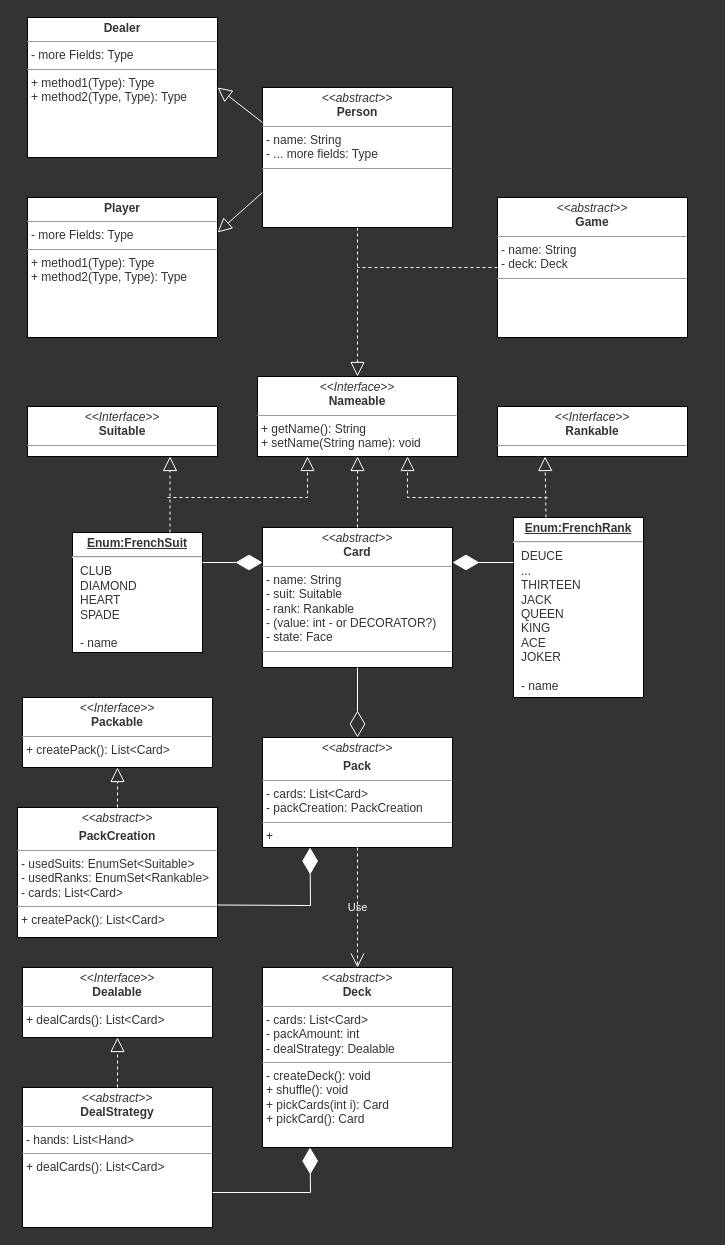
Earlier version of the draw.io diagram uml-models/abstraction.drawio (iham/cardgameapp). Source tidied: cells renumbered, new cells numbered last; positions are measured from the earlier drawing's top-left corner, leaving out a move shared by most shapes. Both pictures are drawn from the tidied source at 100%, with x=0, y=0 at pixel (17, 17).
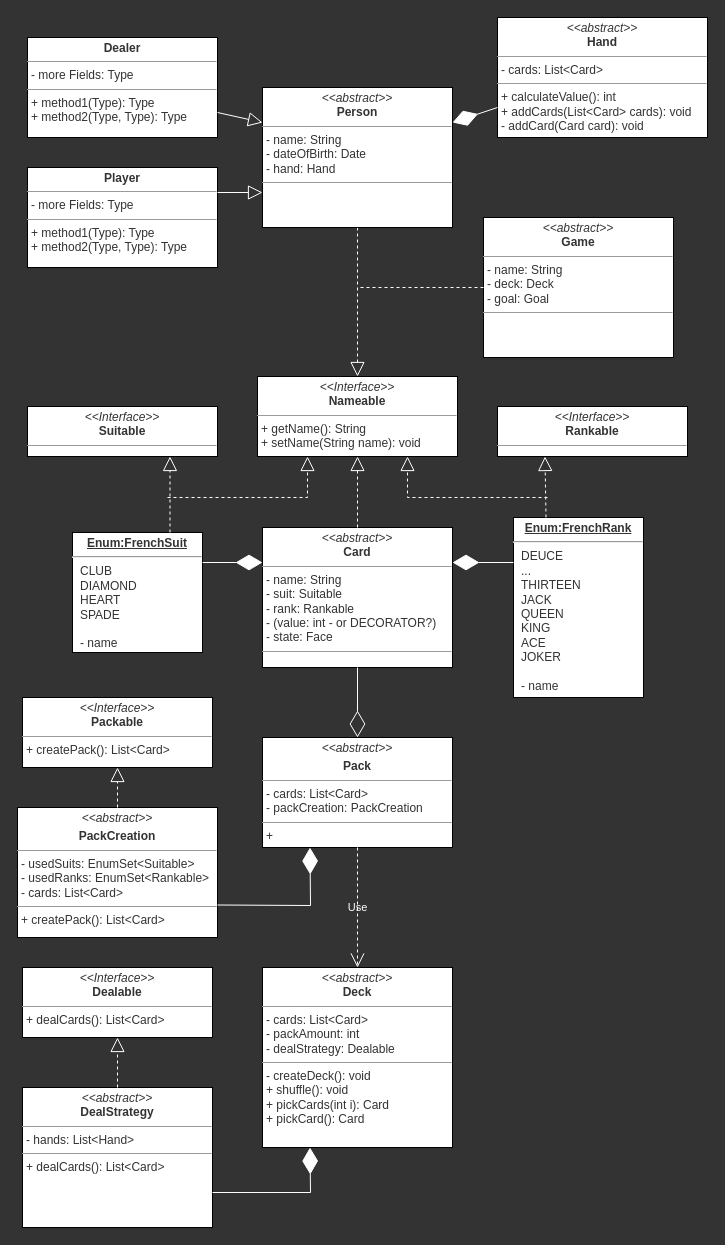
The same page after the edit.

Diff of the diagram source:
```diff
@@
-    <mxCell id="12" value="&lt;p style=&quot;margin: 0px ; margin-top: 4px ; text-align: center&quot;&gt;&lt;i&gt;&amp;lt;&amp;lt;abstract&amp;gt;&amp;gt;&lt;/i&gt;&lt;br&gt;&lt;b&gt;Person&lt;/b&gt;&lt;/p&gt;&lt;hr size=&quot;1&quot;&gt;&lt;p style=&quot;margin: 0px ; margin-left: 4px&quot;&gt;- name: String&lt;br&gt;- ... more fields: Type&lt;/p&gt;&lt;hr size=&quot;1&quot;&gt;&lt;p style=&quot;margin: 0px ; margin-left: 4px&quot;&gt;&lt;br&gt;&lt;/p&gt;" style="verticalAlign=top;align=left;overflow=fill;fontSize=12;fontFamily=Helvetica;html=1;fontColor=#333333;fillColor=#FFFFFF;" parent="1" vertex="1">
+    <mxCell id="12" value="&lt;p style=&quot;margin: 0px ; margin-top: 4px ; text-align: center&quot;&gt;&lt;i&gt;&amp;lt;&amp;lt;abstract&amp;gt;&amp;gt;&lt;/i&gt;&lt;br&gt;&lt;b&gt;Person&lt;/b&gt;&lt;/p&gt;&lt;hr size=&quot;1&quot;&gt;&lt;p style=&quot;margin: 0px ; margin-left: 4px&quot;&gt;- name: String&lt;/p&gt;&lt;p style=&quot;margin: 0px ; margin-left: 4px&quot;&gt;- dateOfBirth: Date&lt;br&gt;- hand: Hand&lt;/p&gt;&lt;hr size=&quot;1&quot;&gt;&lt;p style=&quot;margin: 0px ; margin-left: 4px&quot;&gt;&lt;br&gt;&lt;/p&gt;" style="verticalAlign=top;align=left;overflow=fill;fontSize=12;fontFamily=Helvetica;html=1;fontColor=#333333;fillColor=#FFFFFF;" parent="1" vertex="1">
       <mxGeometry x="245" y="70" width="190" height="140" as="geometry" />
     </mxCell>
     <mxCell id="13" value="&lt;p style=&quot;margin: 0px ; margin-top: 4px ; text-align: center&quot;&gt;&lt;b&gt;Player&lt;/b&gt;&lt;/p&gt;&lt;hr size=&quot;1&quot;&gt;&lt;p style=&quot;margin: 0px ; margin-left: 4px&quot;&gt;- more Fields: Type&lt;/p&gt;&lt;hr size=&quot;1&quot;&gt;&lt;p style=&quot;margin: 0px ; margin-left: 4px&quot;&gt;+ method1(Type): Type&lt;br&gt;+ method2(Type, Type): Type&lt;/p&gt;" style="verticalAlign=top;align=left;overflow=fill;fontSize=12;fontFamily=Helvetica;html=1;fontColor=#333333;fillColor=#FFFFFF;" parent="1" vertex="1">
-      <mxGeometry x="10" y="180" width="190" height="140" as="geometry" />
+      <mxGeometry x="10" y="150" width="190" height="100" as="geometry" />
     </mxCell>
     <mxCell id="14" value="&lt;p style=&quot;margin: 0px ; margin-top: 4px ; text-align: center&quot;&gt;&lt;b&gt;Dealer&lt;/b&gt;&lt;/p&gt;&lt;hr size=&quot;1&quot;&gt;&lt;p style=&quot;margin: 0px ; margin-left: 4px&quot;&gt;- more Fields: Type&lt;/p&gt;&lt;hr size=&quot;1&quot;&gt;&lt;p style=&quot;margin: 0px ; margin-left: 4px&quot;&gt;+ method1(Type): Type&lt;br&gt;+ method2(Type, Type): Type&lt;/p&gt;" style="verticalAlign=top;align=left;overflow=fill;fontSize=12;fontFamily=Helvetica;html=1;fontColor=#333333;fillColor=#FFFFFF;" parent="1" vertex="1">
-      <mxGeometry x="10" width="190" height="140" as="geometry" />
+      <mxGeometry x="10" y="20" width="190" height="100" as="geometry" />
     </mxCell>
-    <mxCell id="15" style="endArrow=block;endFill=0;endSize=12;html=1;rounded=0;fontColor=#333333;entryX=1;entryY=0.25;entryDx=0;entryDy=0;exitX=0;exitY=0.75;exitDx=0;exitDy=0;fillColor=#f5f5f5;strokeColor=#FFFFFF;" parent="1" edge="1" source="12" target="13">
+    <mxCell id="15" style="endArrow=block;endFill=0;endSize=12;html=1;rounded=0;fontColor=#333333;exitX=1;exitY=0.25;exitDx=0;exitDy=0;fillColor=#f5f5f5;strokeColor=#FFFFFF;entryX=0;entryY=0.75;entryDx=0;entryDy=0;" parent="1" edge="1" source="13" target="12">
       <mxGeometry relative="1" as="geometry" />
     </mxCell>
-    <mxCell id="16" style="endArrow=block;endFill=0;endSize=12;html=1;rounded=0;fontColor=#333333;entryX=1;entryY=0.5;entryDx=0;entryDy=0;exitX=0;exitY=0.25;exitDx=0;exitDy=0;fillColor=#f5f5f5;strokeColor=#FFFFFF;" parent="1" edge="1" source="12" target="14">
+    <mxCell id="16" style="endArrow=block;endFill=0;endSize=12;html=1;rounded=0;fontColor=#333333;exitX=1;exitY=0.75;exitDx=0;exitDy=0;fillColor=#f5f5f5;strokeColor=#FFFFFF;entryX=0;entryY=0.25;entryDx=0;entryDy=0;" parent="1" edge="1" source="14" target="12">
       <mxGeometry relative="1" as="geometry" />
     </mxCell>
-    <mxCell id="17" value="&lt;p style=&quot;margin: 0px ; margin-top: 4px ; text-align: center&quot;&gt;&lt;i&gt;&amp;lt;&amp;lt;abstract&amp;gt;&amp;gt;&lt;/i&gt;&lt;br&gt;&lt;b&gt;Game&lt;/b&gt;&lt;/p&gt;&lt;hr size=&quot;1&quot;&gt;&lt;p style=&quot;margin: 0px ; margin-left: 4px&quot;&gt;- name: String&lt;br&gt;- deck: Deck&lt;/p&gt;&lt;hr size=&quot;1&quot;&gt;&lt;p style=&quot;margin: 0px ; margin-left: 4px&quot;&gt;&lt;br&gt;&lt;/p&gt;" style="verticalAlign=top;align=left;overflow=fill;fontSize=12;fontFamily=Helvetica;html=1;fontColor=#333333;fillColor=#FFFFFF;" parent="1" vertex="1">
-      <mxGeometry x="480" y="180" width="190" height="140" as="geometry" />
+    <mxCell id="17" value="&lt;p style=&quot;margin: 0px ; margin-top: 4px ; text-align: center&quot;&gt;&lt;i&gt;&amp;lt;&amp;lt;abstract&amp;gt;&amp;gt;&lt;/i&gt;&lt;br&gt;&lt;b&gt;Game&lt;/b&gt;&lt;/p&gt;&lt;hr size=&quot;1&quot;&gt;&lt;p style=&quot;margin: 0px ; margin-left: 4px&quot;&gt;- name: String&lt;br&gt;- deck: Deck&lt;/p&gt;&lt;p style=&quot;margin: 0px ; margin-left: 4px&quot;&gt;- goal: Goal&lt;/p&gt;&lt;hr size=&quot;1&quot;&gt;&lt;p style=&quot;margin: 0px ; margin-left: 4px&quot;&gt;&lt;br&gt;&lt;/p&gt;" style="verticalAlign=top;align=left;overflow=fill;fontSize=12;fontFamily=Helvetica;html=1;fontColor=#333333;fillColor=#FFFFFF;" parent="1" vertex="1">
+      <mxGeometry x="466" y="200" width="190" height="140" as="geometry" />
     </mxCell>
     <mxCell id="18" style="endArrow=none;dashed=1;endFill=0;endSize=12;html=1;rounded=0;fontColor=#333333;exitX=0;exitY=0.5;exitDx=0;exitDy=0;fillColor=#f5f5f5;strokeColor=#FFFFFF;" parent="1" edge="1" source="17">
       <mxGeometry relative="1" as="geometry">
-        <mxPoint x="340" y="250" as="targetPoint" />
+        <mxPoint x="340" y="270" as="targetPoint" />
       </mxGeometry>
     </mxCell>
@@
+    <mxCell id="35" value="&lt;p style=&quot;margin: 0px ; margin-top: 4px ; text-align: center&quot;&gt;&lt;i&gt;&amp;lt;&amp;lt;abstract&amp;gt;&amp;gt;&lt;/i&gt;&lt;br&gt;&lt;b&gt;Hand&lt;/b&gt;&lt;/p&gt;&lt;hr size=&quot;1&quot;&gt;&lt;p style=&quot;margin: 0px ; margin-left: 4px&quot;&gt;- cards: List&amp;lt;Card&amp;gt;&lt;br&gt;&lt;/p&gt;&lt;hr size=&quot;1&quot;&gt;&lt;p style=&quot;margin: 0px ; margin-left: 4px&quot;&gt;+ calculateValue(): int&lt;/p&gt;&lt;p style=&quot;margin: 0px ; margin-left: 4px&quot;&gt;+ addCards(List&amp;lt;Card&amp;gt; cards): void&lt;/p&gt;&lt;p style=&quot;margin: 0px ; margin-left: 4px&quot;&gt;&lt;span&gt;- addCard(Card card): void&lt;/span&gt;&lt;/p&gt;" style="verticalAlign=top;align=left;overflow=fill;fontSize=12;fontFamily=Helvetica;html=1;fontColor=#333333;fillColor=#FFFFFF;" parent="1" vertex="1">
+      <mxGeometry x="480" width="210" height="120" as="geometry" />
+    </mxCell>
+    <mxCell id="36" style="endArrow=diamondThin;endFill=1;endSize=24;html=1;rounded=0;labelBackgroundColor=none;fontColor=#FFFFFF;strokeColor=#FFFFFF;exitX=0;exitY=0.75;exitDx=0;exitDy=0;entryX=1;entryY=0.25;entryDx=0;entryDy=0;" parent="1" edge="1" source="35" target="12">
+      <mxGeometry relative="1" as="geometry" />
+    </mxCell>
```
